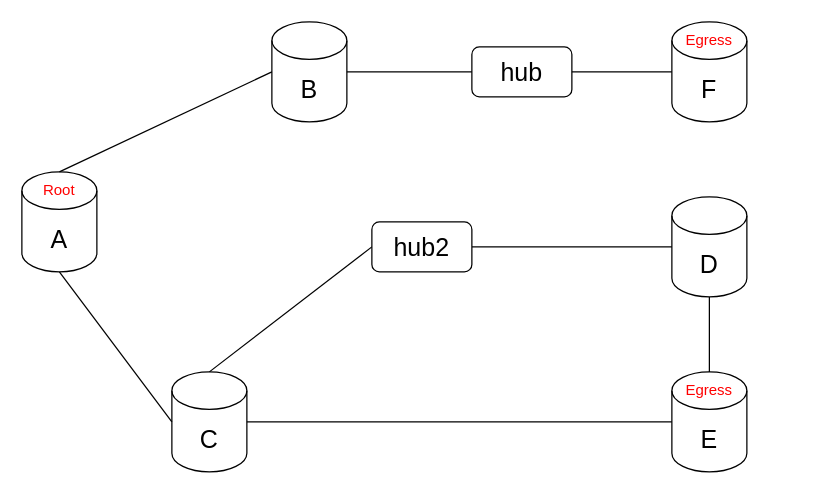
The draw.io diagram p2mp.drawio in yangzi326/Python, before the edit. Source tidied: cells renumbered, new cells numbered last; positions are measured from the earlier drawing's top-left corner, leaving out a move shared by most shapes. Both pictures are drawn from the tidied source at 125%, with x=0, y=0 at pixel (21, 21).
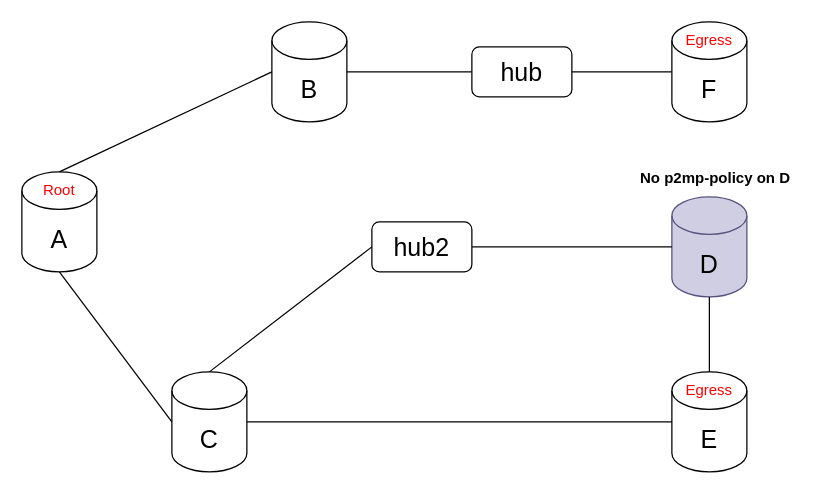
After the change.

Diff of the diagram source:
```diff
@@
-    <mxCell id="5" value="&lt;span style=&quot;font-size: 20px;&quot;&gt;D&lt;/span&gt;" style="shape=cylinder3;whiteSpace=wrap;html=1;boundedLbl=1;backgroundOutline=1;size=15;" parent="1" vertex="1">
+    <mxCell id="5" value="&lt;span style=&quot;font-size: 20px;&quot;&gt;D&lt;/span&gt;" style="shape=cylinder3;whiteSpace=wrap;html=1;boundedLbl=1;backgroundOutline=1;size=15;fillColor=#d0cee2;strokeColor=#56517e;" parent="1" vertex="1">
       <mxGeometry x="520" y="140" width="60" height="80" as="geometry" />
     </mxCell>
@@
+    <mxCell id="22" value="&lt;b&gt;No p2mp-policy on D&lt;/b&gt;" style="text;html=1;strokeColor=none;fillColor=none;align=center;verticalAlign=middle;whiteSpace=wrap;rounded=0;" parent="1" vertex="1">
+      <mxGeometry x="490" y="110" width="130" height="30" as="geometry" />
+    </mxCell>
```
